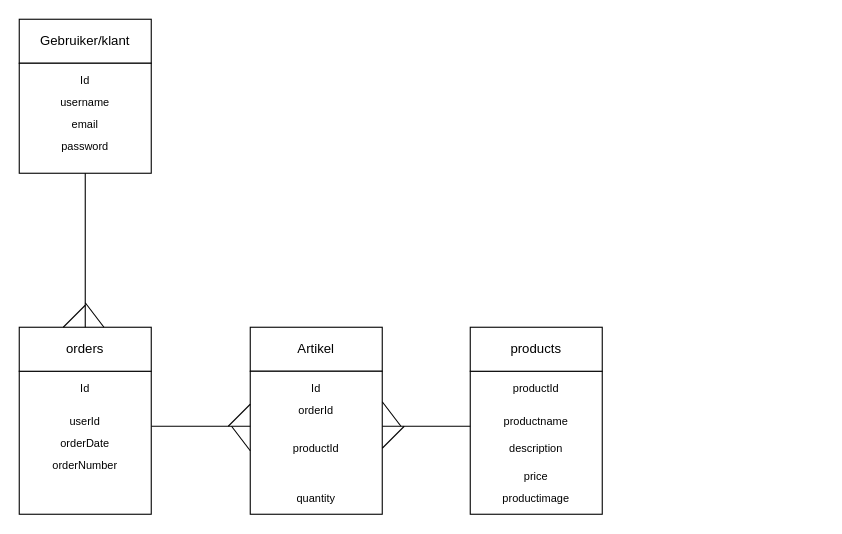
Above: Diagrams/erd.drawio in OmerS7/educom-webshop-oop-1696940510 (draw.io), before the change. Source tidied: cells renumbered, new cells numbered last; positions are measured from the earlier drawing's top-left corner, leaving out a move shared by most shapes. Both pictures are drawn from the tidied source at 110%, with x=0, y=0 at pixel (19, 19).
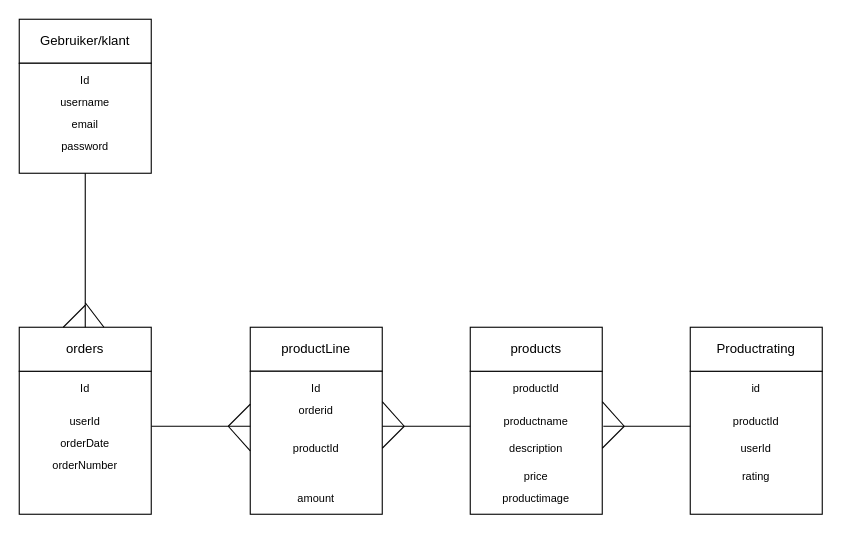
The same diagram, later.

Commit message:
added productRating table (#12)

Unchanged cells that the change refers to:
```xml
<mxCell id="2" style="rounded=0;whiteSpace=wrap;html=1;" parent="1" vertex="1">
  <mxGeometry x="410" y="320" width="120" height="130" as="geometry" />
</mxCell>
```

Change to the diagram source:
```diff
@@
-    <mxCell id="3" value="Artikel" style="rounded=0;whiteSpace=wrap;html=1;" parent="1" vertex="1">
+    <mxCell id="3" value="productLine" style="rounded=0;whiteSpace=wrap;html=1;" parent="1" vertex="1">
       <mxGeometry x="210" y="280" width="120" height="40" as="geometry" />
     </mxCell>
@@
-    <mxCell id="22" value="&lt;font style=&quot;font-size: 10px;&quot;&gt;orderId&lt;/font&gt;" style="text;html=1;strokeColor=none;fillColor=none;align=center;verticalAlign=middle;whiteSpace=wrap;rounded=0;" parent="1" vertex="1">
+    <mxCell id="22" value="&lt;font style=&quot;font-size: 10px;&quot;&gt;orderid&lt;/font&gt;" style="text;html=1;strokeColor=none;fillColor=none;align=center;verticalAlign=middle;whiteSpace=wrap;rounded=0;" parent="1" vertex="1">
       <mxGeometry x="260" y="350" width="20" height="10" as="geometry" />
     </mxCell>
-    <mxCell id="23" value="&lt;font style=&quot;font-size: 10px;&quot;&gt;productId&lt;/font&gt;" style="text;html=1;strokeColor=none;fillColor=none;align=center;verticalAlign=middle;whiteSpace=wrap;rounded=0;" parent="1" vertex="1">
+    <mxCell id="23" value="&lt;span style=&quot;font-size: 10px;&quot;&gt;productId&lt;/span&gt;" style="text;html=1;strokeColor=none;fillColor=none;align=center;verticalAlign=middle;whiteSpace=wrap;rounded=0;" parent="1" vertex="1">
       <mxGeometry x="260" y="385" width="20" height="10" as="geometry" />
     </mxCell>
@@
     <mxCell id="27" style="endArrow=none;html=1;exitX=1.025;exitY=0.213;exitDx=0;exitDy=0;exitPerimeter=0;" parent="1" edge="1">
       <mxGeometry relative="1" as="geometry">
         <mxPoint x="330" y="347.7" as="sourcePoint" />
-        <mxPoint x="347" y="370" as="targetPoint" />
+        <mxPoint x="350" y="370" as="targetPoint" />
       </mxGeometry>
     </mxCell>
@@
-    <mxCell id="29" style="endArrow=none;html=1;exitX=1.025;exitY=0.213;exitDx=0;exitDy=0;exitPerimeter=0;" parent="1" edge="1">
+    <mxCell id="29" style="endArrow=none;html=1;" parent="1" edge="1">
       <mxGeometry relative="1" as="geometry">
-        <mxPoint x="193" y="370" as="sourcePoint" />
+        <mxPoint x="190" y="370" as="sourcePoint" />
         <mxPoint x="210" y="392.3" as="targetPoint" />
       </mxGeometry>
     </mxCell>
@@
-    <mxCell id="35" value="&lt;font style=&quot;font-size: 10px;&quot;&gt;quantity&lt;/font&gt;" style="text;html=1;strokeColor=none;fillColor=none;align=center;verticalAlign=middle;whiteSpace=wrap;rounded=0;" parent="1" vertex="1">
+    <mxCell id="35" value="&lt;span style=&quot;font-size: 10px;&quot;&gt;amount&lt;/span&gt;" style="text;html=1;strokeColor=none;fillColor=none;align=center;verticalAlign=middle;whiteSpace=wrap;rounded=0;" parent="1" vertex="1">
       <mxGeometry x="260" y="430" width="20" height="10" as="geometry" />
     </mxCell>
+    <mxCell id="36" style="rounded=0;whiteSpace=wrap;html=1;" parent="1" vertex="1">
+      <mxGeometry x="610" y="320" width="120" height="130" as="geometry" />
+    </mxCell>
+    <mxCell id="37" value="&lt;font style=&quot;font-size: 10px;&quot;&gt;id&lt;/font&gt;" style="text;html=1;strokeColor=none;fillColor=none;align=center;verticalAlign=middle;whiteSpace=wrap;rounded=0;" parent="1" vertex="1">
+      <mxGeometry x="660" y="330" width="20" height="10" as="geometry" />
+    </mxCell>
+    <mxCell id="38" value="&lt;span style=&quot;font-size: 10px;&quot;&gt;productId&lt;/span&gt;" style="text;html=1;strokeColor=none;fillColor=none;align=center;verticalAlign=middle;whiteSpace=wrap;rounded=0;" parent="1" vertex="1">
+      <mxGeometry x="660" y="360" width="20" height="10" as="geometry" />
+    </mxCell>
+    <mxCell id="39" value="&lt;font style=&quot;font-size: 10px;&quot;&gt;userId&lt;/font&gt;" style="text;html=1;strokeColor=none;fillColor=none;align=center;verticalAlign=middle;whiteSpace=wrap;rounded=0;" parent="1" vertex="1">
+      <mxGeometry x="660" y="385" width="20" height="10" as="geometry" />
+    </mxCell>
+    <mxCell id="40" value="&lt;font style=&quot;font-size: 10px;&quot;&gt;rating&lt;/font&gt;" style="text;html=1;strokeColor=none;fillColor=none;align=center;verticalAlign=middle;whiteSpace=wrap;rounded=0;" parent="1" vertex="1">
+      <mxGeometry x="660" y="410" width="20" height="10" as="geometry" />
+    </mxCell>
+    <mxCell id="41" value="Productrating" style="rounded=0;whiteSpace=wrap;html=1;" parent="1" vertex="1">
+      <mxGeometry x="610" y="280" width="120" height="40" as="geometry" />
+    </mxCell>
+    <mxCell id="42" style="endArrow=none;html=1;exitX=1.008;exitY=0.385;exitDx=0;exitDy=0;exitPerimeter=0;" parent="1" edge="1" source="2">
+      <mxGeometry relative="1" as="geometry">
+        <mxPoint x="610" y="370" as="targetPoint" />
+      </mxGeometry>
+    </mxCell>
+    <mxCell id="43" style="endArrow=none;html=1;exitX=1.025;exitY=0.213;exitDx=0;exitDy=0;exitPerimeter=0;" parent="1" edge="1">
+      <mxGeometry relative="1" as="geometry">
+        <mxPoint x="530" y="347.7" as="sourcePoint" />
+        <mxPoint x="550" y="370" as="targetPoint" />
+      </mxGeometry>
+    </mxCell>
+    <mxCell id="44" style="endArrow=none;html=1;" parent="1" edge="1">
+      <mxGeometry relative="1" as="geometry">
+        <mxPoint x="530" y="390" as="sourcePoint" />
+        <mxPoint x="550" y="370" as="targetPoint" />
+      </mxGeometry>
+    </mxCell>
```
